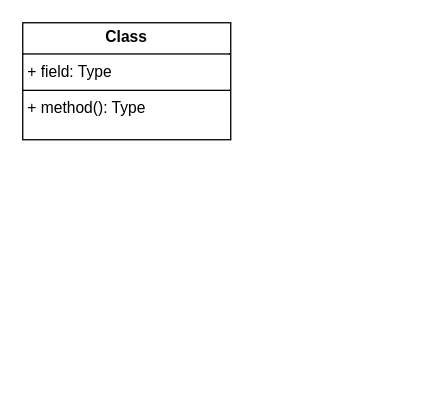
This is Diagrama sin título.drawio from Luis55-cmd/Proyecto1_MetroBuscaminas, a draw.io file, before an edit. Source tidied: cells renumbered, new cells numbered last; positions are measured from the earlier drawing's top-left corner, leaving out a move shared by most shapes. Both pictures are drawn from the tidied source at 130%, with x=0, y=0 at pixel (22, 22).
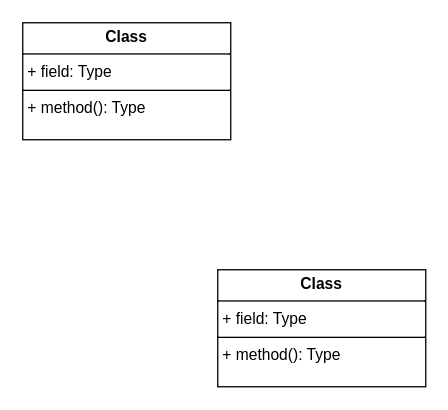
Above is the later version.

Commit message:
Actualizar Diagrama MetroBuscaminas.drawio

Diff of the diagram source:
```diff
@@
 <mxGraphModel>
   <root>
     <mxCell id="0" />
     <mxCell id="1" parent="0" />
     <mxCell id="2" value="&lt;p style=&quot;margin:0px;margin-top:4px;text-align:center;&quot;&gt;&lt;b&gt;Class&lt;/b&gt;&lt;/p&gt;&lt;hr size=&quot;1&quot; style=&quot;border-style:solid;&quot;/&gt;&lt;p style=&quot;margin:0px;margin-left:4px;&quot;&gt;+ field: Type&lt;/p&gt;&lt;hr size=&quot;1&quot; style=&quot;border-style:solid;&quot;/&gt;&lt;p style=&quot;margin:0px;margin-left:4px;&quot;&gt;+ method(): Type&lt;/p&gt;" style="verticalAlign=top;align=left;overflow=fill;html=1;whiteSpace=wrap;" parent="1" vertex="1">
       <mxGeometry width="160" height="90" as="geometry" />
     </mxCell>
+    <mxCell id="3" value="&lt;p style=&quot;margin:0px;margin-top:4px;text-align:center;&quot;&gt;&lt;b&gt;Class&lt;/b&gt;&lt;/p&gt;&lt;hr size=&quot;1&quot; style=&quot;border-style:solid;&quot;/&gt;&lt;p style=&quot;margin:0px;margin-left:4px;&quot;&gt;+ field: Type&lt;/p&gt;&lt;hr size=&quot;1&quot; style=&quot;border-style:solid;&quot;/&gt;&lt;p style=&quot;margin:0px;margin-left:4px;&quot;&gt;+ method(): Type&lt;/p&gt;" style="verticalAlign=top;align=left;overflow=fill;html=1;whiteSpace=wrap;" parent="1" vertex="1">
+      <mxGeometry x="150" y="190" width="160" height="90" as="geometry" />
+    </mxCell>
   </root>
 </mxGraphModel>
```
